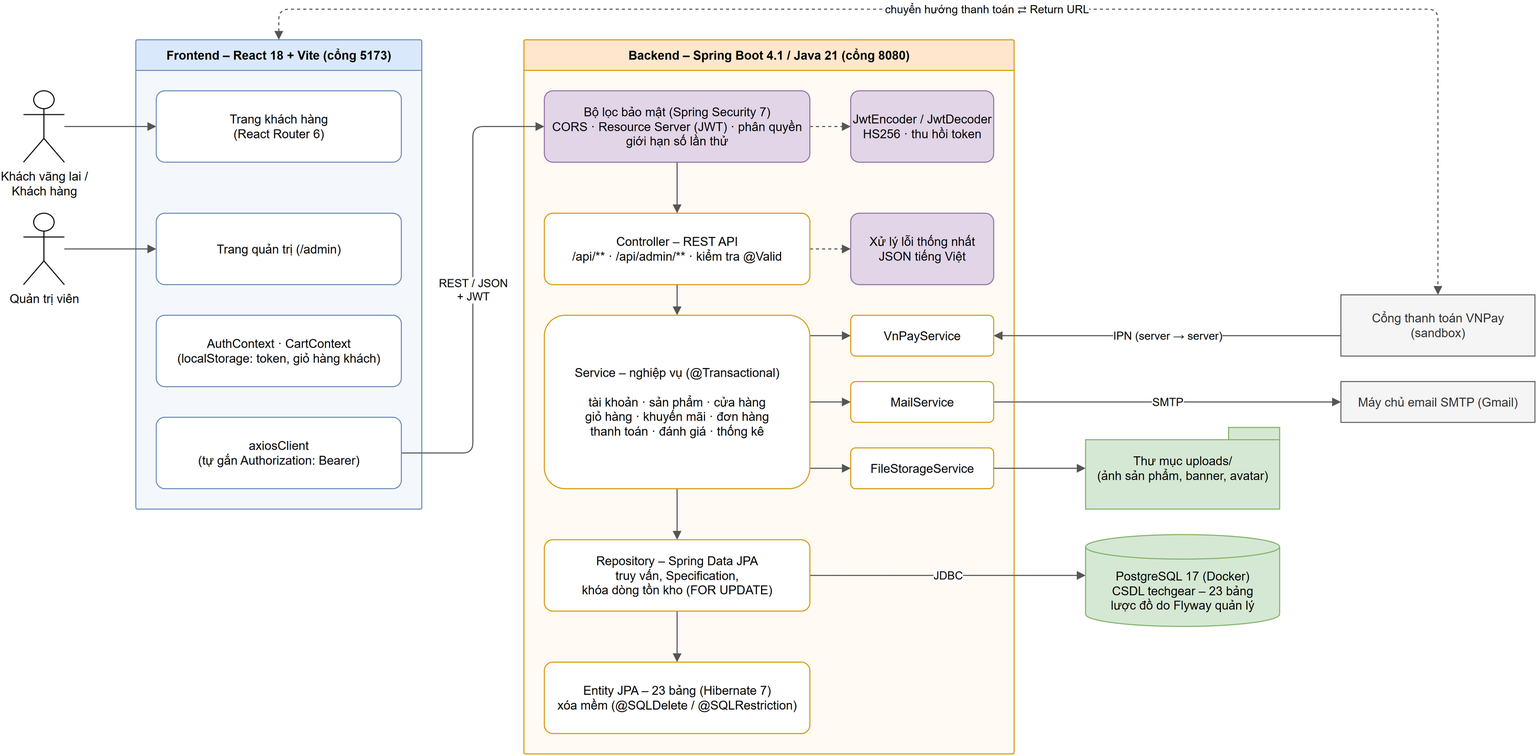
Earlier version of the draw.io export docs/thiet-ke/02_kien_truc_tong_the.drawio.png (phdinh254/TechGear). Source tidied: cells renumbered, new cells last; positions are measured from the earlier drawing's top-left corner, leaving out a move shared by most shapes.
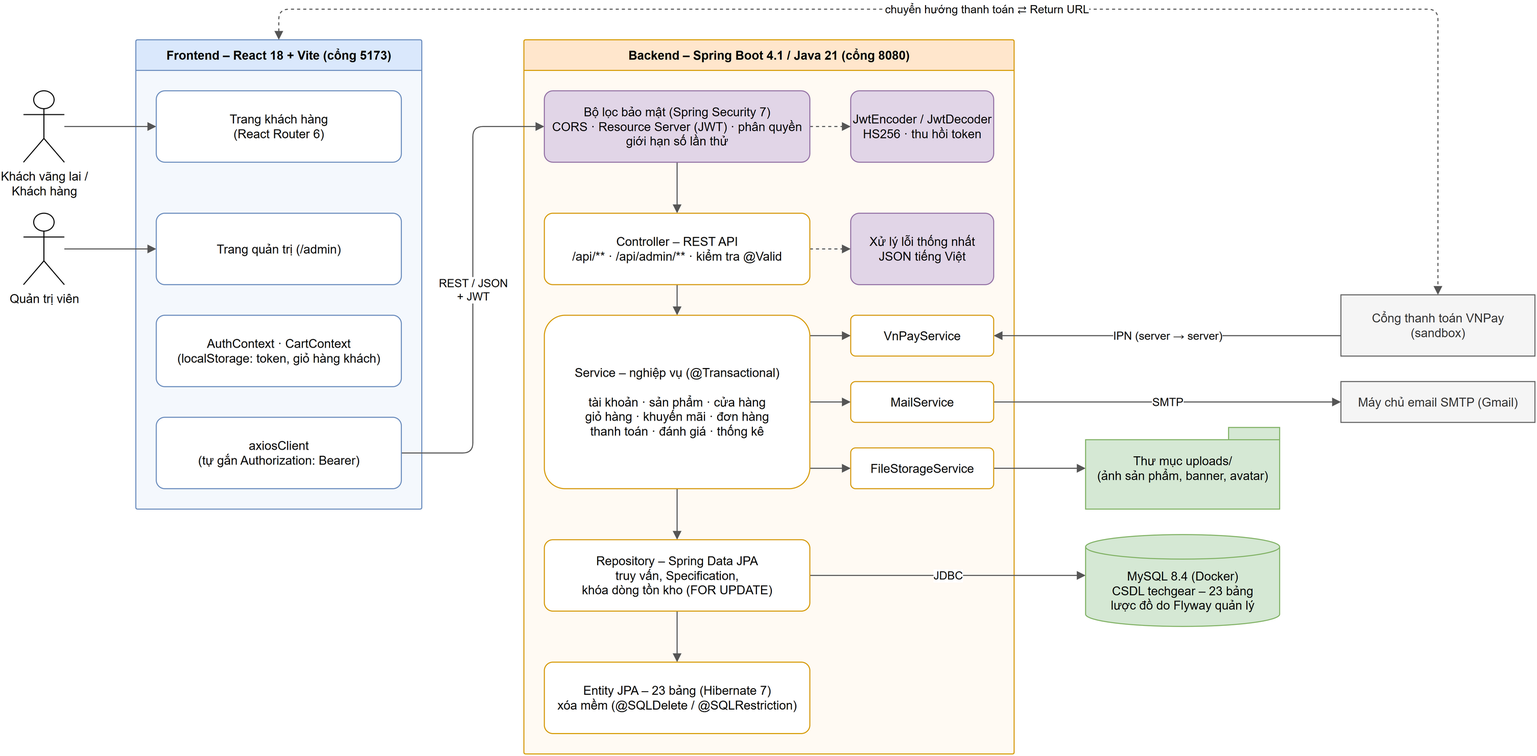
Above is the later version.

Diff of the diagram source:
```diff
@@ -120,7 +120,7 @@
     <mxCell id="37" value="Thư mục uploads/&lt;br&gt;(ảnh sản phẩm, banner, avatar)" style="shape=folder;whiteSpace=wrap;html=1;tabWidth=50;tabHeight=12;fillColor=#d5e8d4;strokeColor=#82b366;" parent="1" vertex="1">
       <mxGeometry x="1040" y="410" width="190" height="80" as="geometry" />
     </mxCell>
-    <mxCell id="38" value="PostgreSQL 17 (Docker)&lt;br&gt;CSDL techgear – 23 bảng&lt;br&gt;lược đồ do Flyway quản lý" style="shape=cylinder3;whiteSpace=wrap;html=1;boundedLbl=1;size=12;fillColor=#d5e8d4;strokeColor=#82b366;" parent="1" vertex="1">
+    <mxCell id="38" value="MySQL 8.4 (Docker)&lt;br&gt;CSDL techgear – 23 bảng&lt;br&gt;lược đồ do Flyway quản lý" style="shape=cylinder3;whiteSpace=wrap;html=1;boundedLbl=1;size=12;fillColor=#d5e8d4;strokeColor=#82b366;" parent="1" vertex="1">
       <mxGeometry x="1040" y="515" width="190" height="90" as="geometry" />
     </mxCell>
     <mxCell id="39" value="Cổng thanh toán VNPay&lt;br&gt;(sandbox)" style="rounded=0;whiteSpace=wrap;html=1;fillColor=#f5f5f5;strokeColor=#666666;fontColor=#333333;" parent="1" vertex="1">
```
